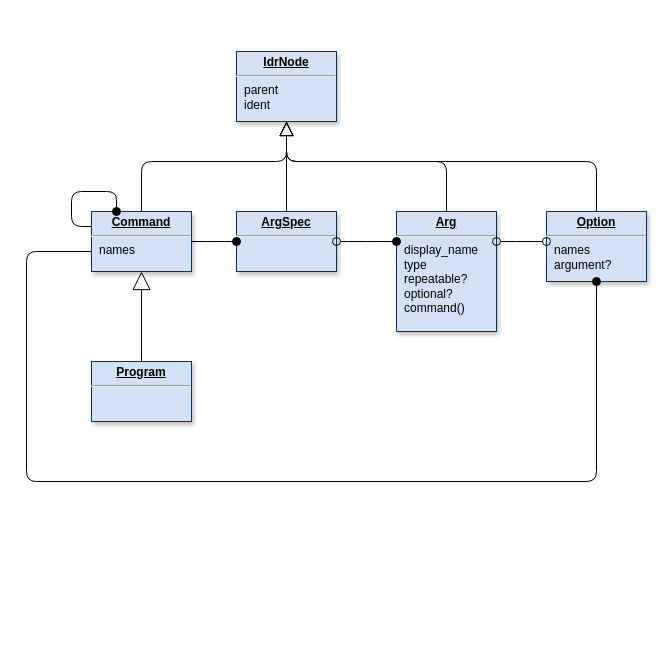
Above: page "Idr" (1 of 5) of doc/diagram.drawio in clrgit/shellopts (draw.io), before the change. Source tidied: cells renumbered, new cells numbered last; positions are measured from the earlier drawing's top-left corner, leaving out a move shared by most shapes. Both pictures are drawn from the tidied source at 100%, with x=0, y=0 at pixel (26, 51).
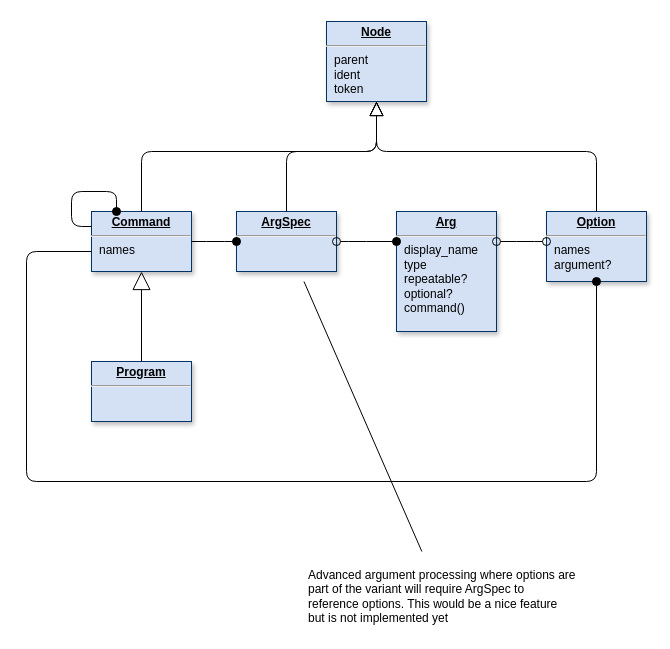
The same diagram, later.

The change refers to these unchanged cells:
```xml
<mxCell id="3" value="&lt;p style=&quot;margin: 0px ; margin-top: 4px ; text-align: center ; text-decoration: underline&quot;&gt;&lt;b&gt;Option&lt;/b&gt;&lt;/p&gt;&lt;hr&gt;&lt;p style=&quot;margin: 0px ; margin-left: 8px&quot;&gt;&lt;span&gt;names&lt;/span&gt;&lt;br&gt;&lt;/p&gt;&lt;p style=&quot;margin: 0px ; margin-left: 8px&quot;&gt;&lt;span&gt;argument?&lt;/span&gt;&lt;/p&gt;" style="verticalAlign=top;align=left;overflow=fill;fontSize=12;fontFamily=Helvetica;html=1;shadow=1;strokeColor=#003366;fillColor=#D4E1F5;" parent="1" vertex="1">
  <mxGeometry x="520" y="160" width="100" height="70" as="geometry" />
</mxCell>
<mxCell id="4" value="&lt;p style=&quot;margin: 0px ; margin-top: 4px ; text-align: center ; text-decoration: underline&quot;&gt;&lt;b&gt;Command&lt;/b&gt;&lt;/p&gt;&lt;hr&gt;&lt;p style=&quot;margin: 0px ; margin-left: 8px&quot;&gt;&lt;span&gt;names&lt;/span&gt;&lt;br&gt;&lt;/p&gt;" style="verticalAlign=top;align=left;overflow=fill;fontSize=12;fontFamily=Helvetica;html=1;shadow=1;strokeColor=#003366;fillColor=#D4E1F5;" parent="1" vertex="1">
  <mxGeometry x="65" y="160" width="100" height="60" as="geometry" />
</mxCell>
<mxCell id="6" value="&lt;p style=&quot;margin: 0px ; margin-top: 4px ; text-align: center ; text-decoration: underline&quot;&gt;&lt;b&gt;Arg&lt;/b&gt;&lt;/p&gt;&lt;hr&gt;&lt;p style=&quot;margin: 0px 0px 0px 8px&quot;&gt;&lt;span&gt;display_name&lt;/span&gt;&lt;br&gt;&lt;/p&gt;&lt;p style=&quot;margin: 0px ; margin-left: 8px&quot;&gt;&lt;span&gt;type&lt;/span&gt;&lt;br&gt;&lt;/p&gt;&lt;p style=&quot;margin: 0px ; margin-left: 8px&quot;&gt;&lt;span&gt;repeatable?&lt;/span&gt;&lt;br&gt;&lt;/p&gt;&lt;p style=&quot;margin: 0px ; margin-left: 8px&quot;&gt;optional?&lt;/p&gt;&lt;p style=&quot;margin: 0px ; margin-left: 8px&quot;&gt;command()&lt;/p&gt;" style="verticalAlign=top;align=left;overflow=fill;fontSize=12;fontFamily=Helvetica;html=1;shadow=1;strokeColor=#003366;fillColor=#D4E1F5;" parent="1" vertex="1">
  <mxGeometry x="370" y="160" width="100" height="120" as="geometry" />
</mxCell>
<mxCell id="7" value="&lt;p style=&quot;margin: 0px ; margin-top: 4px ; text-align: center ; text-decoration: underline&quot;&gt;&lt;b&gt;ArgSpec&lt;/b&gt;&lt;/p&gt;&lt;hr&gt;&lt;p style=&quot;margin: 0px ; margin-left: 8px&quot;&gt;&lt;br&gt;&lt;/p&gt;" style="verticalAlign=top;align=left;overflow=fill;fontSize=12;fontFamily=Helvetica;html=1;shadow=1;strokeColor=#003366;fillColor=#D4E1F5;" parent="1" vertex="1">
  <mxGeometry x="210" y="160" width="100" height="60" as="geometry" />
</mxCell>
```

Diff of the diagram source:
```diff
@@
-    <mxCell id="2" value="&lt;p style=&quot;margin: 0px ; margin-top: 4px ; text-align: center ; text-decoration: underline&quot;&gt;&lt;b&gt;IdrNode&lt;/b&gt;&lt;/p&gt;&lt;hr&gt;&lt;p style=&quot;margin: 0px ; margin-left: 8px&quot;&gt;parent&lt;/p&gt;&lt;p style=&quot;margin: 0px ; margin-left: 8px&quot;&gt;ident&lt;/p&gt;" style="verticalAlign=top;align=left;overflow=fill;fontSize=12;fontFamily=Helvetica;html=1;shadow=1;strokeColor=#003366;fillColor=#D4E1F5;" parent="1" vertex="1">
-      <mxGeometry x="210" width="100" height="70" as="geometry" />
+    <mxCell id="2" value="&lt;p style=&quot;margin: 0px ; margin-top: 4px ; text-align: center ; text-decoration: underline&quot;&gt;&lt;b&gt;Node&lt;/b&gt;&lt;/p&gt;&lt;hr&gt;&lt;p style=&quot;margin: 0px ; margin-left: 8px&quot;&gt;parent&lt;/p&gt;&lt;p style=&quot;margin: 0px ; margin-left: 8px&quot;&gt;ident&lt;/p&gt;&lt;p style=&quot;margin: 0px ; margin-left: 8px&quot;&gt;token&lt;/p&gt;" style="verticalAlign=top;align=left;overflow=fill;fontSize=12;fontFamily=Helvetica;html=1;shadow=1;strokeColor=#003366;fillColor=#D4E1F5;" parent="1" vertex="1">
+      <mxGeometry x="300" y="-30" width="100" height="80" as="geometry" />
     </mxCell>
@@
-    <mxCell id="21" style="endArrow=block;endFill=0;endSize=12;html=1;edgeStyle=orthogonalEdgeStyle;labelBackgroundColor=#FFFFFF;" parent="1" edge="1" source="3" target="2">
-      <mxGeometry relative="1" as="geometry">
-        <Array as="points">
-          <mxPoint x="570" y="110" />
-          <mxPoint x="260" y="110" />
-        </Array>
-      </mxGeometry>
-    </mxCell>
-    <mxCell id="22" style="endArrow=block;endFill=0;endSize=12;html=1;edgeStyle=orthogonalEdgeStyle;labelBackgroundColor=#FFFFFF;" parent="1" edge="1" source="4" target="2">
-      <mxGeometry relative="1" as="geometry">
-        <Array as="points">
-          <mxPoint x="115" y="110" />
-          <mxPoint x="260" y="110" />
-        </Array>
-      </mxGeometry>
-    </mxCell>
-    <mxCell id="23" style="endArrow=block;endFill=0;endSize=12;html=1;edgeStyle=orthogonalEdgeStyle;labelBackgroundColor=#FFFFFF;" parent="1" edge="1" source="7" target="2">
-      <mxGeometry relative="1" as="geometry" />
-    </mxCell>
-    <mxCell id="24" style="endArrow=block;endFill=0;endSize=12;html=1;edgeStyle=orthogonalEdgeStyle;labelBackgroundColor=#FFFFFF;" parent="1" edge="1" source="6" target="2">
-      <mxGeometry relative="1" as="geometry">
-        <Array as="points">
-          <mxPoint x="420" y="110" />
-          <mxPoint x="260" y="110" />
-        </Array>
-      </mxGeometry>
-    </mxCell>
@@
+    <mxCell id="22" style="endArrow=block;endFill=0;endSize=12;html=1;edgeStyle=orthogonalEdgeStyle;labelBackgroundColor=#FFFFFF;" parent="1" edge="1" source="4" target="2">
+      <mxGeometry relative="1" as="geometry">
+        <Array as="points">
+          <mxPoint x="115" y="100" />
+          <mxPoint x="350" y="100" />
+        </Array>
+      </mxGeometry>
+    </mxCell>
+    <mxCell id="21" style="endArrow=block;endFill=0;endSize=12;html=1;edgeStyle=orthogonalEdgeStyle;labelBackgroundColor=#FFFFFF;" parent="1" edge="1" source="3" target="2">
+      <mxGeometry relative="1" as="geometry">
+        <Array as="points">
+          <mxPoint x="570" y="100" />
+          <mxPoint x="350" y="100" />
+        </Array>
+      </mxGeometry>
+    </mxCell>
+    <mxCell id="23" style="endArrow=block;endFill=0;endSize=12;html=1;edgeStyle=orthogonalEdgeStyle;labelBackgroundColor=#FFFFFF;" parent="1" edge="1" source="7" target="2">
+      <mxGeometry relative="1" as="geometry">
+        <Array as="points">
+          <mxPoint x="260" y="100" />
+          <mxPoint x="350" y="100" />
+        </Array>
+      </mxGeometry>
+    </mxCell>
+    <mxCell id="28" style="endArrow=none;html=1;sourcePerimeterSpacing=10;startSize=0;targetPerimeterSpacing=10;labelBackgroundColor=#FFFFFF;" parent="1" edge="1" source="7" target="29">
+      <mxGeometry relative="1" as="geometry" />
+    </mxCell>
+    <mxCell id="29" value="Advanced argument processing where options are part of the variant will require ArgSpec to reference options. This would be a nice feature but is not implemented yet" style="text;html=1;strokeColor=none;fillColor=none;align=left;verticalAlign=top;whiteSpace=wrap;rounded=0;labelPosition=center;verticalLabelPosition=middle;" parent="1" vertex="1">
+      <mxGeometry x="280" y="510" width="270" height="70" as="geometry" />
+    </mxCell>
```
